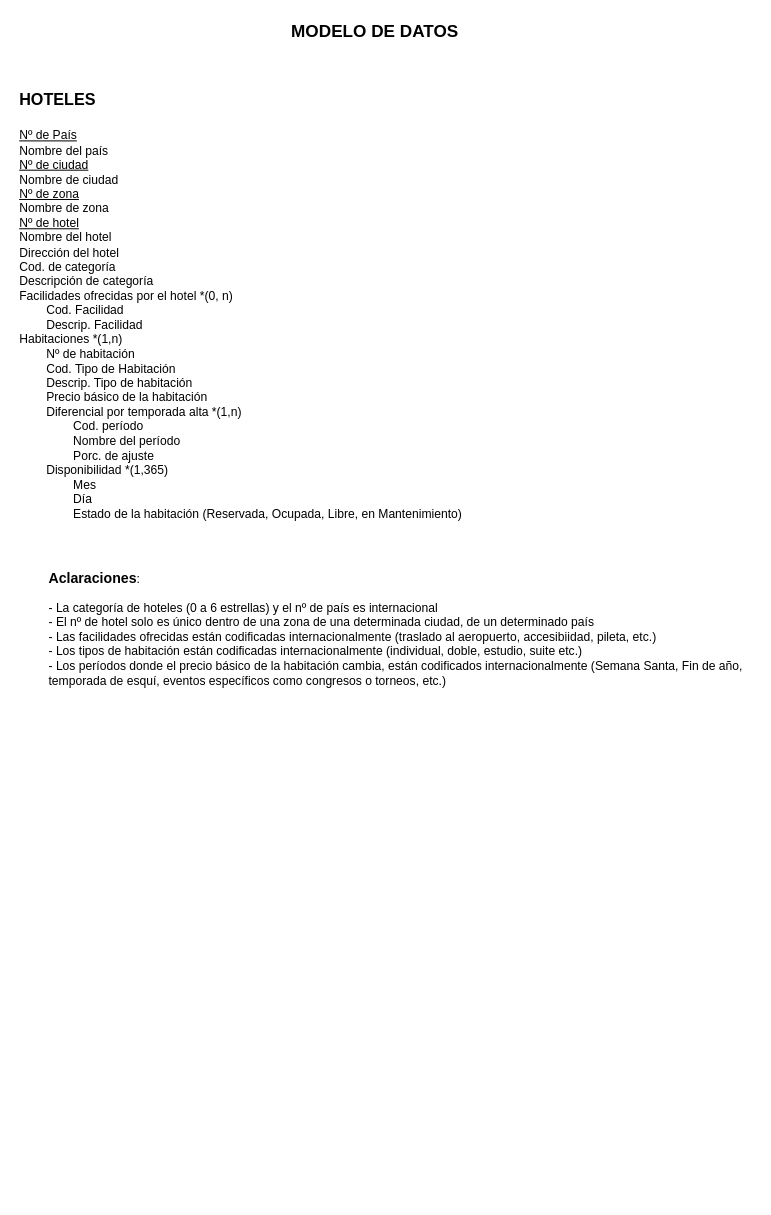
Earlier version of the draw.io diagram Diagrama-Entidad-Relacion.drawio (FrancoSimonFormia/TP-Hoteles-DABD-Grupo11). Source tidied: cells renumbered, new cells numbered last; positions are measured from the earlier drawing's top-left corner, leaving out a move shared by most shapes. Both pictures are drawn from the tidied source at 101%, with x=0, y=0 at pixel (17, 17).
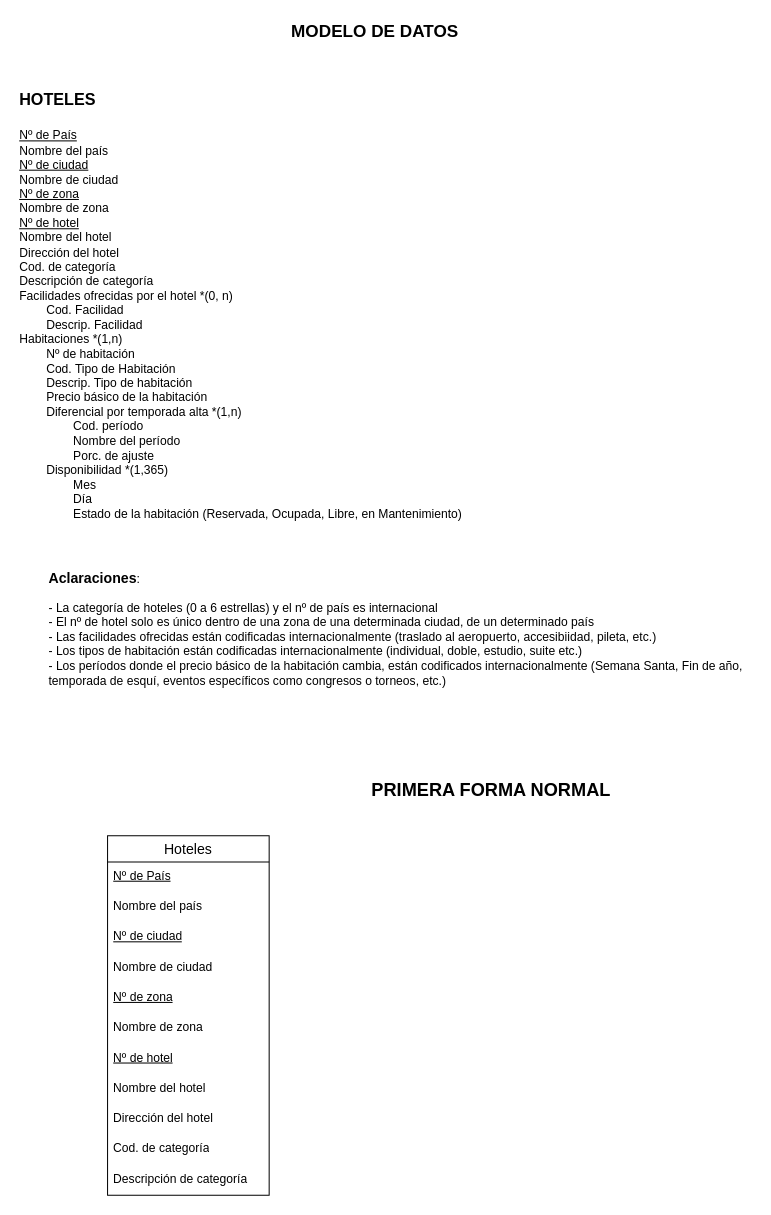
The same page after the edit.

Change to the diagram source:
```diff
@@
 <mxGraphModel>
   <root>
     <mxCell id="0" />
     <mxCell id="1" parent="0" />
     <mxCell id="2" value="&lt;b&gt;&lt;font style=&quot;font-size: 16px;&quot;&gt;HOTELES&lt;/font&gt;&lt;/b&gt;&lt;div&gt;&lt;span style=&quot;font-size: 16px;&quot;&gt;&lt;b&gt;&lt;br&gt;&lt;/b&gt;&lt;/span&gt;&lt;u&gt;Nº de País&lt;br&gt;&lt;/u&gt;Nombre del país&lt;br&gt;&lt;u&gt;Nº de ciudad&lt;br&gt;&lt;/u&gt;Nombre de ciudad&lt;br&gt;&lt;u&gt;Nº de zona&lt;br&gt;&lt;/u&gt;Nombre de zona&lt;br&gt;&lt;u&gt;Nº de hotel&lt;br&gt;&lt;/u&gt;Nombre del hotel&lt;br&gt;Dirección del hotel&lt;br&gt;Cod. de categoría&lt;br&gt;Descripción de categoría&lt;br&gt;Facilidades ofrecidas por el hotel *(0, n)&lt;br&gt;&lt;span style=&quot;white-space: pre;&quot;&gt;&#9;&lt;/span&gt;Cod. Facilidad&lt;br&gt;&lt;span style=&quot;white-space: pre;&quot;&gt;&#9;&lt;/span&gt;Descrip. Facilidad&lt;br&gt;Habitaciones *(1,n)&lt;br&gt;&lt;span style=&quot;white-space: pre;&quot;&gt;&#9;&lt;/span&gt;Nº de habitación&lt;br&gt;&lt;span style=&quot;white-space: pre;&quot;&gt;&#9;&lt;/span&gt;Cod. Tipo de Habitación&lt;br&gt;&lt;span style=&quot;white-space: pre;&quot;&gt;&#9;&lt;/span&gt;Descrip. Tipo de habitación&lt;br&gt;&lt;span style=&quot;white-space: pre;&quot;&gt;&#9;&lt;/span&gt;Precio básico de la habitación&lt;br&gt;&lt;span style=&quot;white-space: pre;&quot;&gt;&#9;&lt;/span&gt;Diferencial por temporada alta *(1,n)&lt;br&gt;&lt;span style=&quot;white-space: pre;&quot;&gt;&#9;&lt;/span&gt;&lt;span style=&quot;white-space: pre;&quot;&gt;&#9;&lt;/span&gt;Cod. período&lt;br&gt;&lt;span style=&quot;white-space: pre;&quot;&gt;&#9;&lt;/span&gt;&lt;span style=&quot;white-space: pre;&quot;&gt;&#9;&lt;/span&gt;Nombre del período&lt;br&gt;&lt;span style=&quot;white-space: pre;&quot;&gt;&#9;&lt;/span&gt;&lt;span style=&quot;white-space: pre;&quot;&gt;&#9;&lt;/span&gt;Porc. de ajuste&lt;br&gt;&lt;span style=&quot;white-space: pre;&quot;&gt;&#9;&lt;/span&gt;Disponibilidad *(1,365)&lt;br&gt;&lt;span style=&quot;white-space: pre;&quot;&gt;&#9;&lt;/span&gt;&lt;span style=&quot;white-space: pre;&quot;&gt;&#9;&lt;/span&gt;Mes&lt;br&gt;&lt;span style=&quot;white-space: pre;&quot;&gt;&#9;&lt;/span&gt;&lt;span style=&quot;white-space: pre;&quot;&gt;&#9;&lt;/span&gt;Día&lt;br&gt;&lt;span style=&quot;white-space: pre;&quot;&gt;&#9;&lt;/span&gt;&lt;span style=&quot;white-space: pre;&quot;&gt;&#9;&lt;/span&gt;Estado de la habitación (Reservada, Ocupada, Libre, en Mantenimiento)&lt;/div&gt;" style="text;html=1;align=left;verticalAlign=middle;whiteSpace=wrap;rounded=0;" parent="1" vertex="1">
       <mxGeometry y="60" width="459" height="450" as="geometry" />
     </mxCell>
     <mxCell id="3" value="MODELO DE DATOS" style="text;html=1;align=center;verticalAlign=middle;whiteSpace=wrap;rounded=0;fontStyle=1;fontSize=17;" parent="1" vertex="1">
       <mxGeometry x="269" width="170" height="30" as="geometry" />
     </mxCell>
     <mxCell id="4" value="&lt;div&gt;&lt;b&gt;&lt;font style=&quot;font-size: 14px;&quot;&gt;Aclaraciones&lt;/font&gt;&lt;/b&gt;:&lt;/div&gt;&lt;div&gt;&lt;br&gt;&lt;/div&gt;- La categoría de hoteles (0 a 6 estrellas) y el nº de país es internacional&lt;br&gt;- El nº de hotel solo es único dentro de una zona de una determinada ciudad, de un determinado país&lt;br&gt;- Las facilidades ofrecidas están codificadas internacionalmente (traslado al aeropuerto, accesibiidad, pileta, etc.)&lt;br&gt;- Los tipos de habitación están codificadas internacionalmente (individual, doble, estudio, suite etc.)&lt;br&gt;- Los períodos donde el precio básico de la habitación cambia, están codificados internacionalmente (Semana Santa, Fin de año, temporada de esquí, eventos específicos como congresos o torneos, etc.)" style="text;html=1;align=left;verticalAlign=middle;whiteSpace=wrap;rounded=0;" parent="1" vertex="1">
       <mxGeometry x="29" y="530" width="700" height="150" as="geometry" />
     </mxCell>
+    <mxCell id="5" value="&lt;b&gt;&lt;font style=&quot;font-size: 18px;&quot;&gt;PRIMERA FORMA NORMAL&lt;/font&gt;&lt;/b&gt;" style="text;html=1;align=center;verticalAlign=middle;whiteSpace=wrap;rounded=0;" parent="1" vertex="1">
+      <mxGeometry x="329" y="750" width="280" height="30" as="geometry" />
+    </mxCell>
+    <mxCell id="6" value="Hoteles" style="swimlane;fontStyle=0;horizontal=1;startSize=26;align=center;fontSize=14;" parent="1" vertex="1">
+      <mxGeometry x="89" y="810" width="160" height="356" as="geometry" />
+    </mxCell>
+    <mxCell id="7" value="&lt;u&gt;Nº de País&lt;/u&gt;&lt;div&gt;&lt;br&gt;&lt;/div&gt;" style="text;strokeColor=none;fillColor=none;spacingLeft=4;spacingRight=4;overflow=hidden;fontSize=12;whiteSpace=wrap;html=1;" parent="6" vertex="1">
+      <mxGeometry y="26" width="160" height="30" as="geometry" />
+    </mxCell>
+    <mxCell id="8" value="Nombre del país&lt;div&gt;&lt;br/&gt;&lt;/div&gt;" style="text;strokeColor=none;fillColor=none;spacingLeft=4;spacingRight=4;overflow=hidden;fontSize=12;whiteSpace=wrap;html=1;" parent="6" vertex="1">
+      <mxGeometry y="56" width="160" height="30" as="geometry" />
+    </mxCell>
+    <mxCell id="9" value="&lt;u&gt;Nº de ciudad&lt;/u&gt;&lt;div&gt;&lt;br&gt;&lt;/div&gt;" style="text;strokeColor=none;fillColor=none;spacingLeft=4;spacingRight=4;overflow=hidden;fontSize=12;whiteSpace=wrap;html=1;" parent="6" vertex="1">
+      <mxGeometry y="86" width="160" height="30" as="geometry" />
+    </mxCell>
+    <mxCell id="10" value="Nombre de ciudad&lt;div&gt;&lt;br/&gt;&lt;/div&gt;" style="text;strokeColor=none;fillColor=none;spacingLeft=4;spacingRight=4;overflow=hidden;fontSize=12;whiteSpace=wrap;html=1;" parent="6" vertex="1">
+      <mxGeometry y="116" width="160" height="30" as="geometry" />
+    </mxCell>
+    <mxCell id="11" value="&lt;u&gt;Nº de zona&lt;/u&gt;&lt;div&gt;&lt;br&gt;&lt;/div&gt;" style="text;strokeColor=none;fillColor=none;spacingLeft=4;spacingRight=4;overflow=hidden;fontSize=12;whiteSpace=wrap;html=1;" parent="6" vertex="1">
+      <mxGeometry y="146" width="160" height="30" as="geometry" />
+    </mxCell>
+    <mxCell id="12" value="Nombre de zona&lt;div&gt;&lt;br/&gt;&lt;/div&gt;" style="text;strokeColor=none;fillColor=none;spacingLeft=4;spacingRight=4;overflow=hidden;fontSize=12;whiteSpace=wrap;html=1;" parent="6" vertex="1">
+      <mxGeometry y="176" width="160" height="30" as="geometry" />
+    </mxCell>
+    <mxCell id="13" value="&lt;u&gt;Nº de hotel&lt;/u&gt;&lt;div&gt;&lt;br&gt;&lt;/div&gt;" style="text;strokeColor=none;fillColor=none;spacingLeft=4;spacingRight=4;overflow=hidden;fontSize=12;whiteSpace=wrap;html=1;" parent="6" vertex="1">
+      <mxGeometry y="206" width="160" height="30" as="geometry" />
+    </mxCell>
+    <mxCell id="14" value="Nombre del hotel&lt;div&gt;&lt;br/&gt;&lt;/div&gt;" style="text;strokeColor=none;fillColor=none;spacingLeft=4;spacingRight=4;overflow=hidden;fontSize=12;whiteSpace=wrap;html=1;" parent="6" vertex="1">
+      <mxGeometry y="236" width="160" height="30" as="geometry" />
+    </mxCell>
+    <mxCell id="15" value="Dirección del hotel&lt;div&gt;&lt;br/&gt;&lt;/div&gt;" style="text;strokeColor=none;fillColor=none;spacingLeft=4;spacingRight=4;overflow=hidden;fontSize=12;whiteSpace=wrap;html=1;" parent="6" vertex="1">
+      <mxGeometry y="266" width="160" height="30" as="geometry" />
+    </mxCell>
+    <mxCell id="16" value="Cod. de categoría&lt;div&gt;&lt;br/&gt;&lt;/div&gt;" style="text;strokeColor=none;fillColor=none;spacingLeft=4;spacingRight=4;overflow=hidden;fontSize=12;whiteSpace=wrap;html=1;" parent="6" vertex="1">
+      <mxGeometry y="296" width="160" height="30" as="geometry" />
+    </mxCell>
+    <mxCell id="17" value="Descripción de categoría&lt;div&gt;&lt;br/&gt;&lt;/div&gt;" style="text;strokeColor=none;fillColor=none;spacingLeft=4;spacingRight=4;overflow=hidden;fontSize=12;whiteSpace=wrap;html=1;" parent="6" vertex="1">
+      <mxGeometry y="326" width="160" height="30" as="geometry" />
+    </mxCell>
   </root>
 </mxGraphModel>
```
